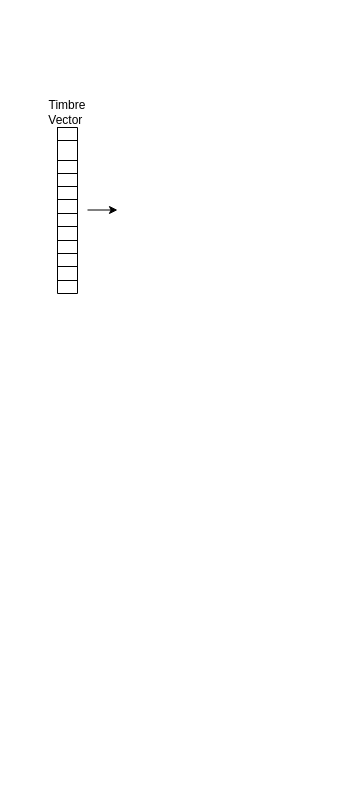
lbellman/SIN-esthesia keeps this draw.io diagram as SINesthesia_architecture.drawio. Above is the earlier version. Source tidied: cells renumbered, new cells numbered last; positions are measured from the earlier drawing's top-left corner, leaving out a move shared by most shapes. Both pictures are drawn from the tidied source at 100%, with x=0, y=0 at pixel (37, 97).
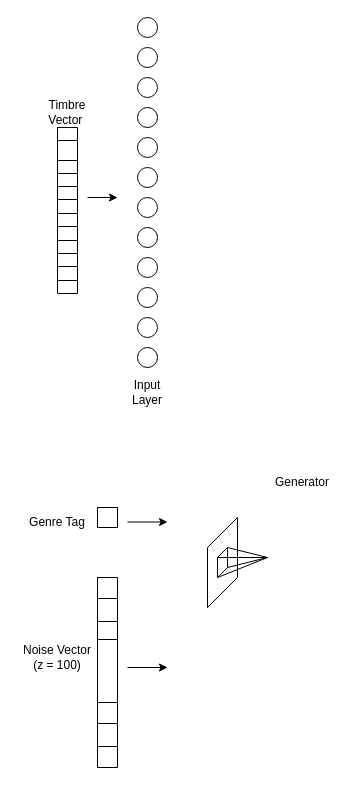
Above is the later version.

Change to the diagram source:
```diff
@@
     <mxCell id="28" style="endArrow=classic;html=1;rounded=0;" parent="1" edge="1">
       <mxGeometry relative="1" as="geometry">
-        <mxPoint x="50" y="112.5" as="sourcePoint" />
-        <mxPoint x="80" y="112.5" as="targetPoint" />
+        <mxPoint x="50" y="100" as="sourcePoint" />
+        <mxPoint x="80" y="100" as="targetPoint" />
       </mxGeometry>
     </mxCell>
+    <mxCell id="29" style="ellipse;whiteSpace=wrap;html=1;" parent="1" vertex="1">
+      <mxGeometry x="100" y="-50" width="20" height="20" as="geometry" />
+    </mxCell>
+    <mxCell id="30" style="ellipse;whiteSpace=wrap;html=1;" parent="1" vertex="1">
+      <mxGeometry x="100" y="-20" width="20" height="20" as="geometry" />
+    </mxCell>
+    <mxCell id="31" style="ellipse;whiteSpace=wrap;html=1;" parent="1" vertex="1">
+      <mxGeometry x="100" y="10" width="20" height="20" as="geometry" />
+    </mxCell>
+    <mxCell id="32" style="ellipse;whiteSpace=wrap;html=1;" parent="1" vertex="1">
+      <mxGeometry x="100" y="40" width="20" height="20" as="geometry" />
+    </mxCell>
+    <mxCell id="33" style="ellipse;whiteSpace=wrap;html=1;" parent="1" vertex="1">
+      <mxGeometry x="100" y="100" width="20" height="20" as="geometry" />
+    </mxCell>
+    <mxCell id="34" style="ellipse;whiteSpace=wrap;html=1;" parent="1" vertex="1">
+      <mxGeometry x="100" y="70" width="20" height="20" as="geometry" />
+    </mxCell>
+    <mxCell id="35" style="ellipse;whiteSpace=wrap;html=1;" parent="1" vertex="1">
+      <mxGeometry x="100" y="130" width="20" height="20" as="geometry" />
+    </mxCell>
+    <mxCell id="36" style="ellipse;whiteSpace=wrap;html=1;" parent="1" vertex="1">
+      <mxGeometry x="100" y="-80" width="20" height="20" as="geometry" />
+    </mxCell>
+    <mxCell id="37" style="ellipse;whiteSpace=wrap;html=1;" parent="1" vertex="1">
+      <mxGeometry x="100" y="250" width="20" height="20" as="geometry" />
+    </mxCell>
+    <mxCell id="38" style="ellipse;whiteSpace=wrap;html=1;" parent="1" vertex="1">
+      <mxGeometry x="100" y="220" width="20" height="20" as="geometry" />
+    </mxCell>
+    <mxCell id="39" style="ellipse;whiteSpace=wrap;html=1;" parent="1" vertex="1">
+      <mxGeometry x="100" y="190" width="20" height="20" as="geometry" />
+    </mxCell>
+    <mxCell id="40" style="ellipse;whiteSpace=wrap;html=1;" parent="1" vertex="1">
+      <mxGeometry x="100" y="160" width="20" height="20" as="geometry" />
+    </mxCell>
+    <mxCell id="41" value="Input Layer" style="text;html=1;strokeColor=none;fillColor=none;align=center;verticalAlign=middle;whiteSpace=wrap;rounded=0;" parent="1" vertex="1">
+      <mxGeometry x="80" y="280" width="60" height="30" as="geometry" />
+    </mxCell>
+    <mxCell id="42" style="whiteSpace=wrap;html=1;" parent="1" vertex="1">
+      <mxGeometry x="60" y="410" width="20" height="20" as="geometry" />
+    </mxCell>
+    <mxCell id="43" value="Genre Tag" style="text;html=1;strokeColor=none;fillColor=none;align=center;verticalAlign=middle;whiteSpace=wrap;rounded=0;" parent="1" vertex="1">
+      <mxGeometry x="-10" y="410" width="60" height="30" as="geometry" />
+    </mxCell>
+    <mxCell id="44" style="endArrow=classic;html=1;rounded=0;" parent="1" edge="1">
+      <mxGeometry relative="1" as="geometry">
+        <mxPoint x="90" y="424.5" as="sourcePoint" />
+        <mxPoint x="130" y="424.5" as="targetPoint" />
+      </mxGeometry>
+    </mxCell>
+    <mxCell id="45" style="shape=table;startSize=0;childLayout=tableLayout;" parent="1" vertex="1">
+      <mxGeometry x="60" y="480" width="20" height="190" as="geometry" />
+    </mxCell>
+    <mxCell id="46" style="shape=tableRow;horizontal=0;startSize=0;swimlaneHead=0;swimlaneBody=0;top=0;left=0;bottom=0;right=0;fillColor=none;" parent="45" vertex="1">
+      <mxGeometry width="20" height="21" as="geometry" />
+    </mxCell>
+    <mxCell id="47" style="shape=partialRectangle;html=1;whiteSpace=wrap;overflow=hidden;fillColor=none;top=0;left=0;bottom=0;right=0;" parent="46" vertex="1">
+      <mxGeometry width="20" height="21" as="geometry" />
+    </mxCell>
+    <mxCell id="48" style="shape=tableRow;horizontal=0;startSize=0;swimlaneHead=0;swimlaneBody=0;top=0;left=0;bottom=0;right=0;fillColor=none;" parent="45" vertex="1">
+      <mxGeometry y="21" width="20" height="23" as="geometry" />
+    </mxCell>
+    <mxCell id="49" style="shape=partialRectangle;html=1;whiteSpace=wrap;overflow=hidden;fillColor=none;top=0;left=0;bottom=0;right=0;" parent="48" vertex="1">
+      <mxGeometry width="20" height="23" as="geometry" />
+    </mxCell>
+    <mxCell id="50" style="shape=tableRow;horizontal=0;startSize=0;swimlaneHead=0;swimlaneBody=0;top=0;left=0;bottom=0;right=0;fillColor=none;" parent="45" vertex="1">
+      <mxGeometry y="44" width="20" height="18" as="geometry" />
+    </mxCell>
+    <mxCell id="51" style="shape=partialRectangle;html=1;whiteSpace=wrap;overflow=hidden;fillColor=none;top=0;left=0;bottom=0;right=0;" parent="50" vertex="1">
+      <mxGeometry width="20" height="18" as="geometry" />
+    </mxCell>
+    <mxCell id="52" style="shape=tableRow;horizontal=0;startSize=0;swimlaneHead=0;swimlaneBody=0;top=0;left=0;bottom=0;right=0;fillColor=none;" parent="45" vertex="1">
+      <mxGeometry y="62" width="20" height="63" as="geometry" />
+    </mxCell>
+    <mxCell id="53" style="shape=partialRectangle;html=1;whiteSpace=wrap;overflow=hidden;fillColor=none;top=0;left=0;bottom=0;right=0;" parent="52" vertex="1">
+      <mxGeometry width="20" height="63" as="geometry" />
+    </mxCell>
+    <mxCell id="54" style="shape=tableRow;horizontal=0;startSize=0;swimlaneHead=0;swimlaneBody=0;top=0;left=0;bottom=0;right=0;fillColor=none;" parent="45" vertex="1">
+      <mxGeometry y="125" width="20" height="21" as="geometry" />
+    </mxCell>
+    <mxCell id="55" style="shape=partialRectangle;html=1;whiteSpace=wrap;overflow=hidden;fillColor=none;top=0;left=0;bottom=0;right=0;" parent="54" vertex="1">
+      <mxGeometry width="20" height="21" as="geometry" />
+    </mxCell>
+    <mxCell id="56" style="shape=tableRow;horizontal=0;startSize=0;swimlaneHead=0;swimlaneBody=0;top=0;left=0;bottom=0;right=0;fillColor=none;" parent="45" vertex="1">
+      <mxGeometry y="146" width="20" height="23" as="geometry" />
+    </mxCell>
+    <mxCell id="57" style="shape=partialRectangle;html=1;whiteSpace=wrap;overflow=hidden;fillColor=none;top=0;left=0;bottom=0;right=0;" parent="56" vertex="1">
+      <mxGeometry width="20" height="23" as="geometry" />
+    </mxCell>
+    <mxCell id="58" style="shape=tableRow;horizontal=0;startSize=0;swimlaneHead=0;swimlaneBody=0;top=0;left=0;bottom=0;right=0;fillColor=none;" parent="45" vertex="1">
+      <mxGeometry y="169" width="20" height="21" as="geometry" />
+    </mxCell>
+    <mxCell id="59" style="shape=partialRectangle;html=1;whiteSpace=wrap;overflow=hidden;fillColor=none;top=0;left=0;bottom=0;right=0;" parent="58" vertex="1">
+      <mxGeometry width="20" height="21" as="geometry" />
+    </mxCell>
+    <mxCell id="60" style="endArrow=classic;html=1;rounded=0;" parent="1" edge="1">
+      <mxGeometry relative="1" as="geometry">
+        <mxPoint x="90" y="570" as="sourcePoint" />
+        <mxPoint x="130" y="570" as="targetPoint" />
+      </mxGeometry>
+    </mxCell>
+    <mxCell id="61" value="Noise Vector (z = 100)" style="text;html=1;strokeColor=none;fillColor=none;align=center;verticalAlign=middle;whiteSpace=wrap;rounded=0;" parent="1" vertex="1">
+      <mxGeometry x="-20" y="540" width="80" height="40" as="geometry" />
+    </mxCell>
+    <mxCell id="62" value="Generator&lt;br&gt;" style="text;html=1;strokeColor=none;fillColor=none;align=center;verticalAlign=middle;whiteSpace=wrap;rounded=0;" parent="1" vertex="1">
+      <mxGeometry x="235" y="370" width="60" height="30" as="geometry" />
+    </mxCell>
+    <mxCell id="63" style="endArrow=none;html=1;rounded=0;" parent="1" edge="1">
+      <mxGeometry relative="1" as="geometry">
+        <mxPoint x="170" y="450" as="sourcePoint" />
+        <mxPoint x="200" y="420" as="targetPoint" />
+      </mxGeometry>
+    </mxCell>
+    <mxCell id="64" style="endArrow=none;html=1;rounded=0;" parent="1" edge="1">
+      <mxGeometry relative="1" as="geometry">
+        <mxPoint x="170" y="510" as="sourcePoint" />
+        <mxPoint x="200" y="480" as="targetPoint" />
+      </mxGeometry>
+    </mxCell>
+    <mxCell id="65" style="endArrow=none;html=1;rounded=0;" parent="1" edge="1">
+      <mxGeometry relative="1" as="geometry">
+        <mxPoint x="170" y="510" as="sourcePoint" />
+        <mxPoint x="170" y="450" as="targetPoint" />
+      </mxGeometry>
+    </mxCell>
+    <mxCell id="66" style="endArrow=none;html=1;rounded=0;" parent="1" edge="1">
+      <mxGeometry relative="1" as="geometry">
+        <mxPoint x="200" y="480" as="sourcePoint" />
+        <mxPoint x="200" y="420" as="targetPoint" />
+      </mxGeometry>
+    </mxCell>
+    <mxCell id="67" style="endArrow=none;html=1;rounded=0;" parent="1" edge="1">
+      <mxGeometry relative="1" as="geometry">
+        <mxPoint x="180" y="460" as="sourcePoint" />
+        <mxPoint x="190" y="450" as="targetPoint" />
+      </mxGeometry>
+    </mxCell>
+    <mxCell id="68" style="endArrow=none;html=1;rounded=0;" parent="1" edge="1">
+      <mxGeometry relative="1" as="geometry">
+        <mxPoint x="180" y="480" as="sourcePoint" />
+        <mxPoint x="190" y="470" as="targetPoint" />
+      </mxGeometry>
+    </mxCell>
+    <mxCell id="69" style="endArrow=none;html=1;rounded=0;" parent="1" edge="1">
+      <mxGeometry relative="1" as="geometry">
+        <mxPoint x="180" y="480" as="sourcePoint" />
+        <mxPoint x="180" y="460" as="targetPoint" />
+      </mxGeometry>
+    </mxCell>
+    <mxCell id="70" style="endArrow=none;html=1;rounded=0;" parent="1" edge="1">
+      <mxGeometry relative="1" as="geometry">
+        <mxPoint x="190" y="470" as="sourcePoint" />
+        <mxPoint x="190" y="450" as="targetPoint" />
+      </mxGeometry>
+    </mxCell>
+    <mxCell id="71" style="endArrow=none;html=1;rounded=0;" parent="1" edge="1">
+      <mxGeometry relative="1" as="geometry">
+        <mxPoint x="190" y="450" as="sourcePoint" />
+        <mxPoint x="230" y="460" as="targetPoint" />
+      </mxGeometry>
+    </mxCell>
+    <mxCell id="72" style="endArrow=none;html=1;rounded=0;" parent="1" edge="1">
+      <mxGeometry relative="1" as="geometry">
+        <mxPoint x="180" y="480" as="sourcePoint" />
+        <mxPoint x="230" y="460" as="targetPoint" />
+      </mxGeometry>
+    </mxCell>
+    <mxCell id="73" style="endArrow=none;html=1;rounded=0;" parent="1" edge="1">
+      <mxGeometry relative="1" as="geometry">
+        <mxPoint x="180" y="460" as="sourcePoint" />
+        <mxPoint x="230" y="460" as="targetPoint" />
+      </mxGeometry>
+    </mxCell>
+    <mxCell id="74" style="endArrow=none;html=1;rounded=0;" parent="1" edge="1">
+      <mxGeometry relative="1" as="geometry">
+        <mxPoint x="190" y="470" as="sourcePoint" />
+        <mxPoint x="230" y="460" as="targetPoint" />
+      </mxGeometry>
+    </mxCell>
```
